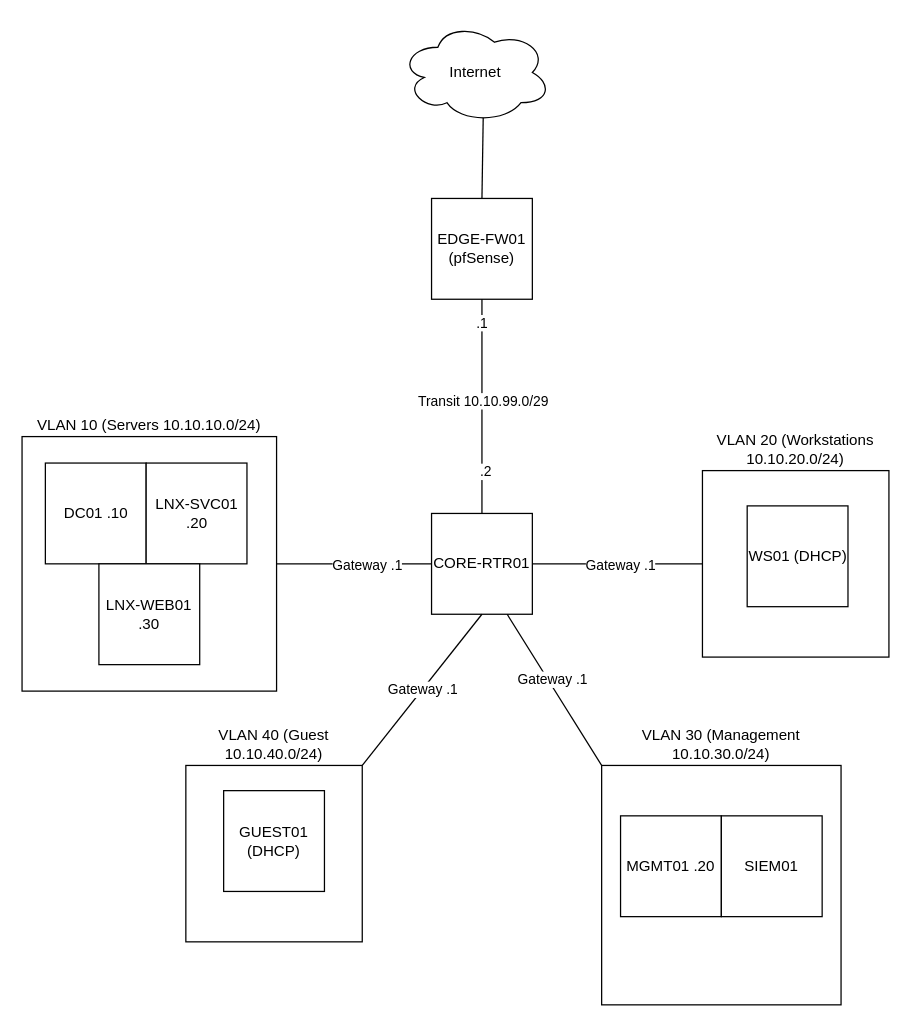
Above: docs/diagrams/logical.drawio in eesaali02/enterprise-homelab (draw.io), before the change. Source tidied: cells renumbered, new cells numbered last; positions are measured from the earlier drawing's top-left corner, leaving out a move shared by most shapes. Both pictures are drawn from the tidied source at 126%, with x=0, y=0 at pixel (21, 21).
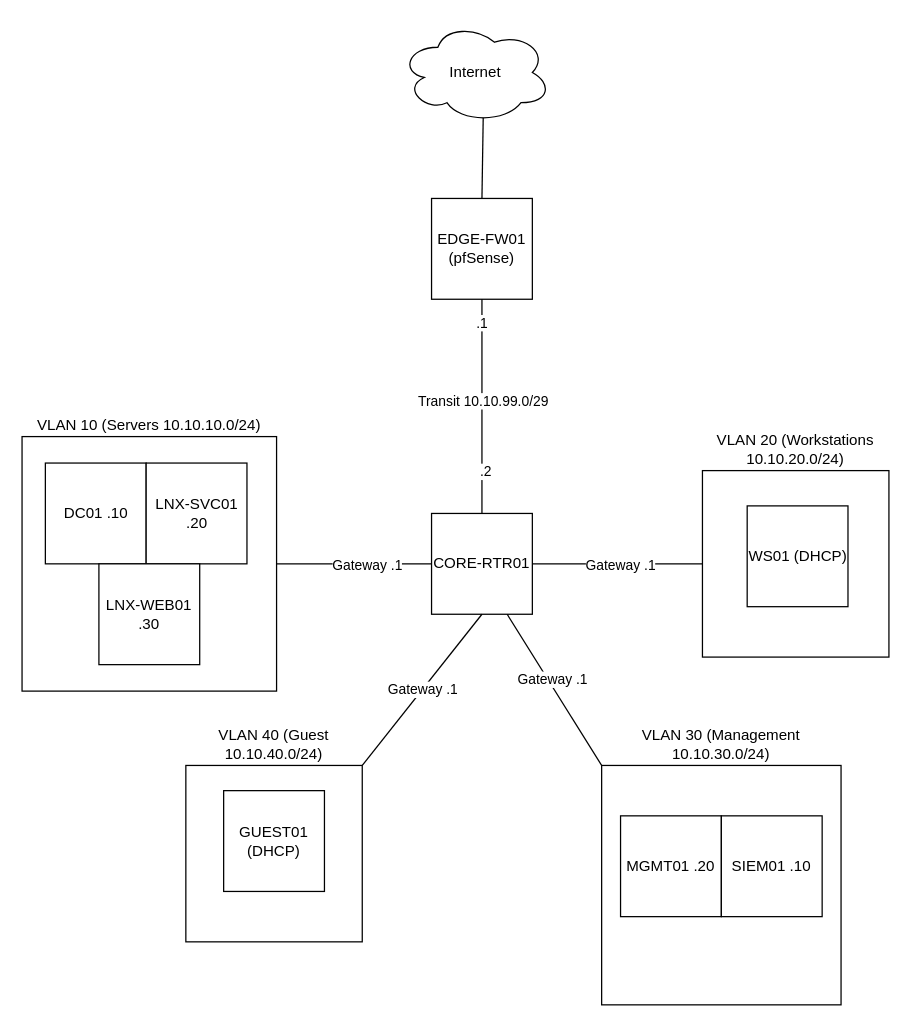
The same diagram, later.

Commit message (it also covers changes not shown here):
Phase 0: gave SIEM01 and ip in logical diagram

What changed in the source:
```diff
@@
-    <mxCell id="19" value="SIEM01" style="whiteSpace=wrap;html=1;" parent="1" vertex="1">
+    <mxCell id="19" value="SIEM01 .10" style="whiteSpace=wrap;html=1;" parent="1" vertex="1">
       <mxGeometry x="555" y="630" width="80" height="80" as="geometry" />
     </mxCell>
```
